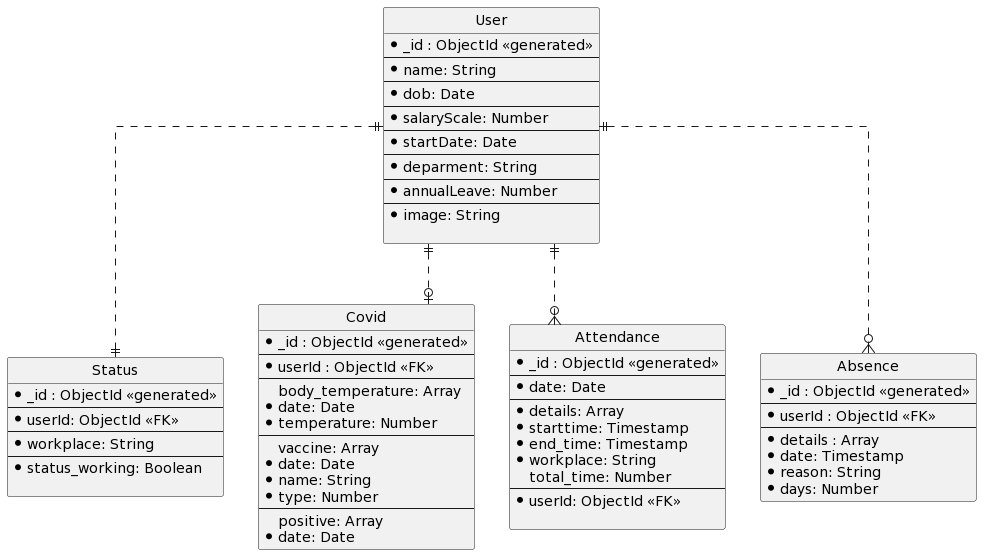
Earlier version of the PlantUML export ERD.png (huongbls/NodeJS_NJS101x_01-A). Its diagram source:
```plantuml
@startuml
hide circle

skinparam linetype ortho

entity "User" as e01 {
  *_id : ObjectId <<generated>>
  --
  *name: String
--
  *dob: Date
--
  *salaryScale: Number
--
  *startDate: Date
--
  *deparment: String
--
  *annualLeave: Number
--
  *image: String

}

entity "Status" as e02 {
  *_id : ObjectId <<generated>>
  --
  *userId: ObjectId <<FK>>
--
  *workplace: String
--
  *status_working: Boolean

}

entity "Covid" as e03 {
  *_id : ObjectId <<generated>>
  --
  *userId : ObjectId <<FK>>
--
  body_temperature: Array
  *date: Date
  *temperature: Number
--
  vaccine: Array
  *date: Date
  *name: String
  *type: Number
--
  positive: Array
  *date: Date
}

entity "Attendance" as e04 {
  *_id : ObjectId <<generated>>
  --
  *date: Date
--
  *details: Array
  *starttime: Timestamp
  *end_time: Timestamp
  *workplace: String
   total_time: Number
--
*userId: ObjectId <<FK>>

}

entity "Absence" as e05 {
  *_id : ObjectId <<generated>>
  --
  *userId : ObjectId <<FK>>
--
  *details : Array
  *date: Timestamp
  *reason: String
  *days: Number
}

e01 ||..|| e02
e01 ||..o| e03
e01 ||..o{ e04
e01 ||..o{ e05
@enduml
```
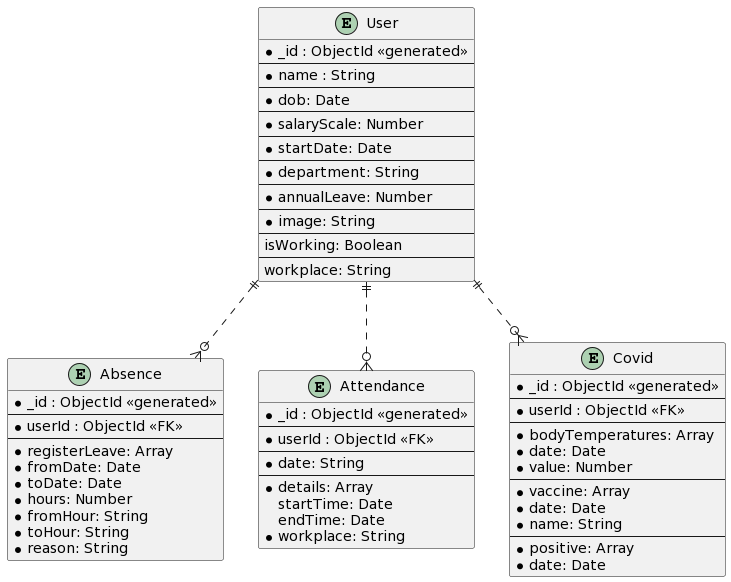
The same file after the commit.

Change to the diagram source:
```diff
@@ -1,84 +1,72 @@
 @startuml
-hide circle
-
-skinparam linetype ortho
-
 entity "User" as e01 {
-  *_id : ObjectId <<generated>>
-  --
-  *name: String
+*_id : ObjectId <<generated>>
 --
-  *dob: Date
+*name : String
 --
-  *salaryScale: Number
+*dob: Date
 --
-  *startDate: Date
+*salaryScale: Number
 --
-  *deparment: String
+*startDate: Date
 --
-  *annualLeave: Number
+*department: String
 --
-  *image: String
-
+*annualLeave: Number
+--
+*image: String
+--
+isWorking: Boolean
+--
+workplace: String
 }
 
-entity "Status" as e02 {
-  *_id : ObjectId <<generated>>
-  --
-  *userId: ObjectId <<FK>>
+entity "Absence" as e02 {
+*_id : ObjectId <<generated>>
 --
-  *workplace: String
+*userId : ObjectId <<FK>>
 --
-  *status_working: Boolean
-
+* registerLeave: Array
+*fromDate: Date
+*toDate: Date
+*hours: Number
+*fromHour: String
+*toHour: String
+*reason: String
 }
 
-entity "Covid" as e03 {
-  *_id : ObjectId <<generated>>
-  --
-  *userId : ObjectId <<FK>>
+entity "Attendance" as e03 {
+*_id : ObjectId <<generated>>
 --
-  body_temperature: Array
-  *date: Date
-  *temperature: Number
+*userId : ObjectId <<FK>>
 --
-  vaccine: Array
-  *date: Date
-  *name: String
-  *type: Number
+*date: String
 --
-  positive: Array
-  *date: Date
+*details: Array
+startTime: Date
+endTime: Date
+*workplace: String
 }
 
-entity "Attendance" as e04 {
-  *_id : ObjectId <<generated>>
-  --
-  *date: Date
+entity "Covid" as e04 {
+*_id : ObjectId <<generated>>
 --
-  *details: Array
-  *starttime: Timestamp
-  *end_time: Timestamp
-  *workplace: String
-   total_time: Number
+*userId : ObjectId <<FK>>
 --
-*userId: ObjectId <<FK>>
-
+*bodyTemperatures: Array
+*date: Date
+*value: Number
+--
+*vaccine: Array
+*date: Date
+*name: String
+--
+*positive: Array
+*date: Date
 }
 
-entity "Absence" as e05 {
-  *_id : ObjectId <<generated>>
-  --
-  *userId : ObjectId <<FK>>
---
-  *details : Array
-  *date: Timestamp
-  *reason: String
-  *days: Number
-}
 
-e01 ||..|| e02
-e01 ||..o| e03
+e01 ||..o{ e02
+e01 ||..o{ e03
 e01 ||..o{ e04
-e01 ||..o{ e05
 @enduml
```
